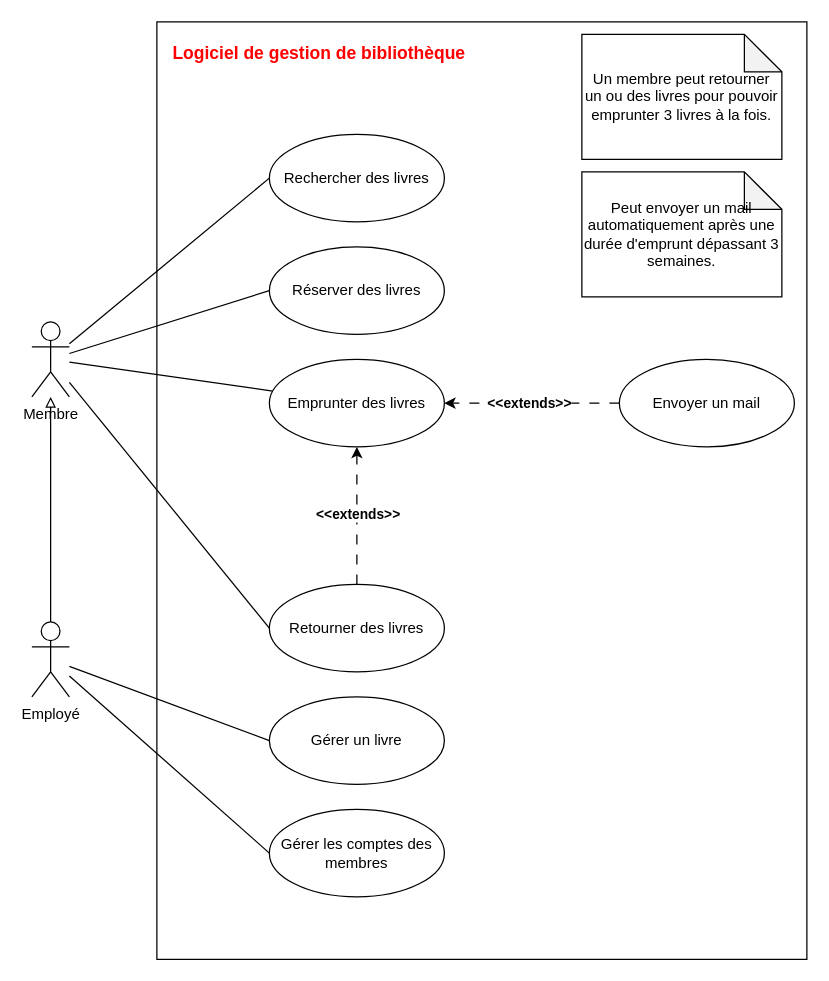
Above: TP_1_UML_Exercice_5.drawio in Mzk-Ali/EXO_M2I_UML (draw.io), before the change. Source tidied: cells renumbered, new cells numbered last; positions are measured from the earlier drawing's top-left corner, leaving out a move shared by most shapes. Both pictures are drawn from the tidied source at 125%, with x=0, y=0 at pixel (31, 21).
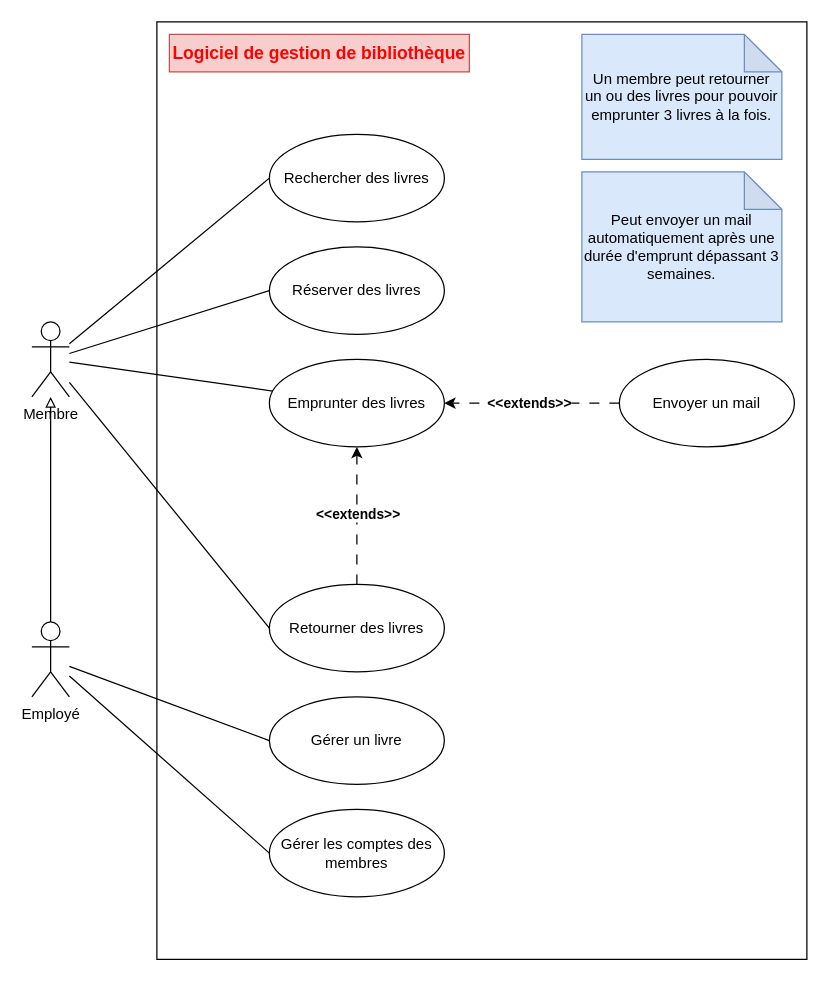
After the change.

Commit message:
Mettre à jour TP_1_UML_Exercice_5.drawio

What changed in the source:
```diff
@@
-    <mxCell id="3" value="&lt;b&gt;&lt;font style=&quot;font-size: 14px; color: light-dark(rgb(255, 0, 0), rgb(237, 237, 237));&quot;&gt;Logiciel de gestion de bibliothèque&lt;/font&gt;&lt;/b&gt;" style="text;html=1;align=center;verticalAlign=middle;whiteSpace=wrap;rounded=0;" parent="1" vertex="1">
+    <mxCell id="3" value="&lt;b&gt;&lt;font style=&quot;font-size: 14px; color: light-dark(rgb(255, 0, 0), rgb(237, 237, 237));&quot;&gt;Logiciel de gestion de bibliothèque&lt;/font&gt;&lt;/b&gt;" style="text;html=1;align=center;verticalAlign=middle;whiteSpace=wrap;rounded=0;fillColor=#f8cecc;strokeColor=#b85450;" parent="1" vertex="1">
       <mxGeometry x="110" y="10" width="240" height="30" as="geometry" />
     </mxCell>
@@
-    <mxCell id="24" value="Un membre peut retourner un ou des livres pour pouvoir emprunter 3 livres à la fois." style="shape=note;whiteSpace=wrap;html=1;backgroundOutline=1;darkOpacity=0.05;" parent="1" vertex="1">
+    <mxCell id="24" value="Un membre peut retourner un ou des livres pour pouvoir emprunter 3 livres à la fois." style="shape=note;whiteSpace=wrap;html=1;backgroundOutline=1;darkOpacity=0.05;fillColor=#dae8fc;strokeColor=#6c8ebf;" parent="1" vertex="1">
       <mxGeometry x="440" y="10" width="160" height="100" as="geometry" />
     </mxCell>
-    <mxCell id="25" value="Peut envoyer un mail automatiquement après une durée d'emprunt dépassant 3 semaines." style="shape=note;whiteSpace=wrap;html=1;backgroundOutline=1;darkOpacity=0.05;" parent="1" vertex="1">
-      <mxGeometry x="440" y="120" width="160" height="100" as="geometry" />
+    <mxCell id="25" value="Peut envoyer un mail automatiquement après une durée d'emprunt dépassant 3 semaines." style="shape=note;whiteSpace=wrap;html=1;backgroundOutline=1;darkOpacity=0.05;fillColor=#dae8fc;strokeColor=#6c8ebf;" parent="1" vertex="1">
+      <mxGeometry x="440" y="120" width="160" height="120" as="geometry" />
     </mxCell>
```
